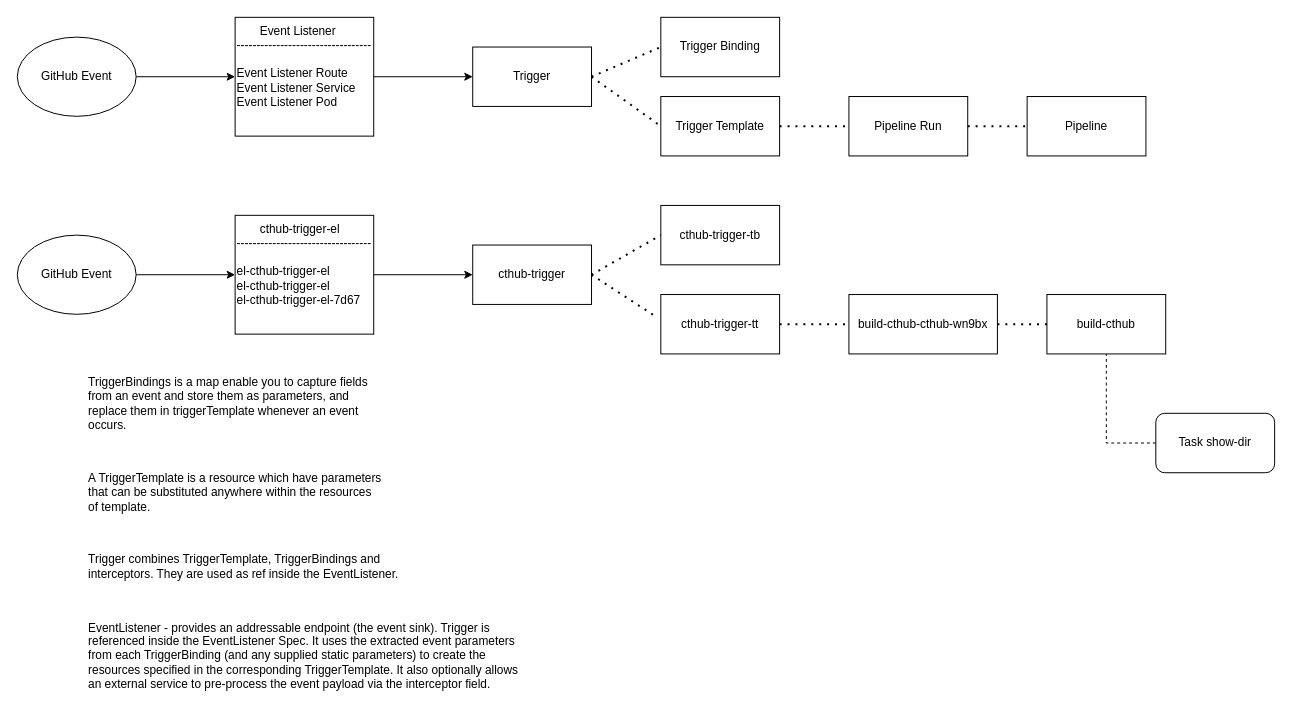
This is Tekton-trigger.drawio from bcgov/cthub, a draw.io file, before an edit. Source tidied: cells renumbered, new cells numbered last; positions are measured from the earlier drawing's top-left corner, leaving out a move shared by most shapes. Both pictures are drawn from the tidied source at 99%, with x=0, y=0 at pixel (17, 17).
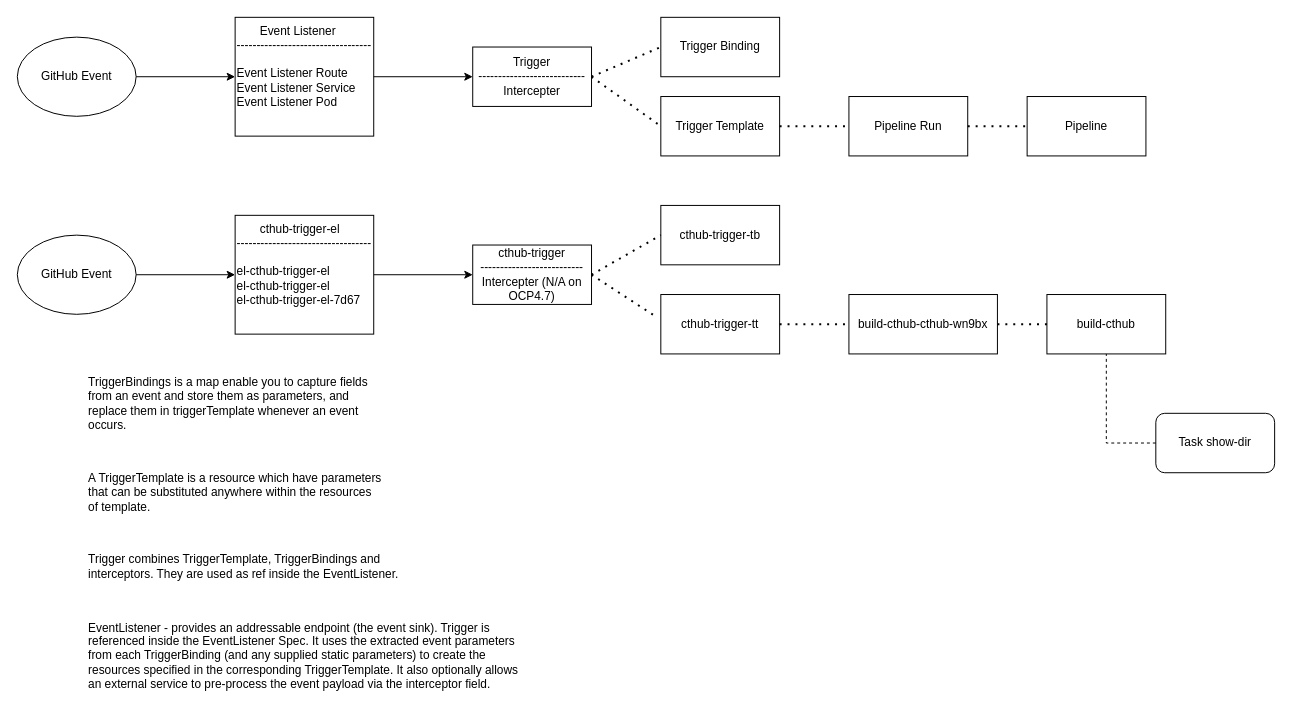
After the change.

The edit, as a diff of the source:
```diff
@@
-    <mxCell id="9" value="Trigger" style="rounded=0;whiteSpace=wrap;html=1;" parent="1" vertex="1">
+    <mxCell id="9" value="Trigger&lt;br&gt;---------------------------&lt;br&gt;Intercepter" style="rounded=0;whiteSpace=wrap;html=1;" parent="1" vertex="1">
       <mxGeometry x="460" y="30" width="120" height="60" as="geometry" />
     </mxCell>
@@
-    <mxCell id="21" value="cthub-trigger" style="rounded=0;whiteSpace=wrap;html=1;" parent="1" vertex="1">
+    <mxCell id="21" value="cthub-trigger&lt;br&gt;--------------------------&lt;br&gt;Intercepter (N/A on OCP4.7)" style="rounded=0;whiteSpace=wrap;html=1;" parent="1" vertex="1">
       <mxGeometry x="460" y="230" width="120" height="60" as="geometry" />
     </mxCell>
```
